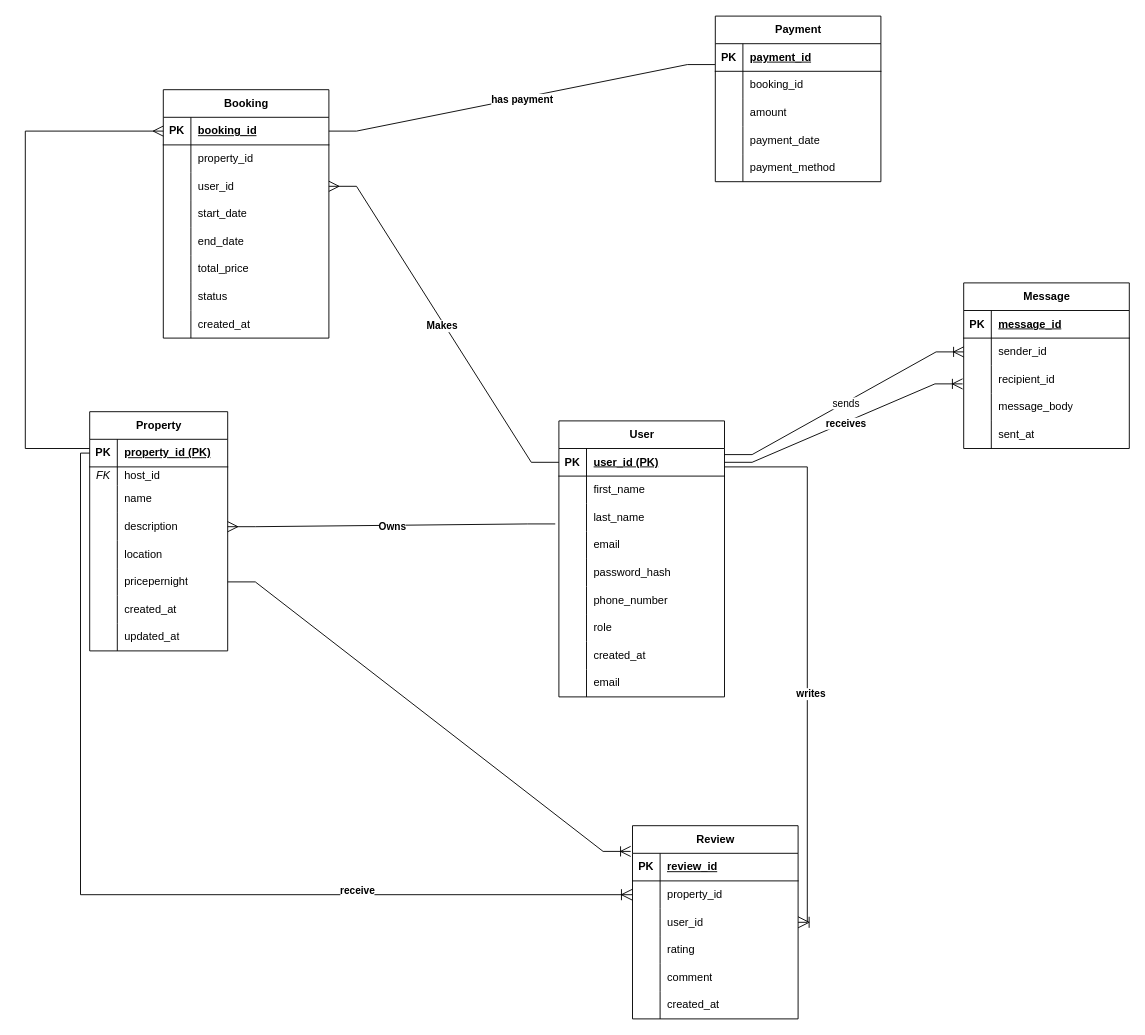
Before: ERD/airbnb-erd.drawio.drawio in James-Eghievha/alx-airbnb-database, a draw.io diagram. Source tidied: cells renumbered, new cells numbered last; positions are measured from the earlier drawing's top-left corner, leaving out a move shared by most shapes. Both pictures are drawn from the tidied source at 92%, with x=0, y=0 at pixel (25, 16).
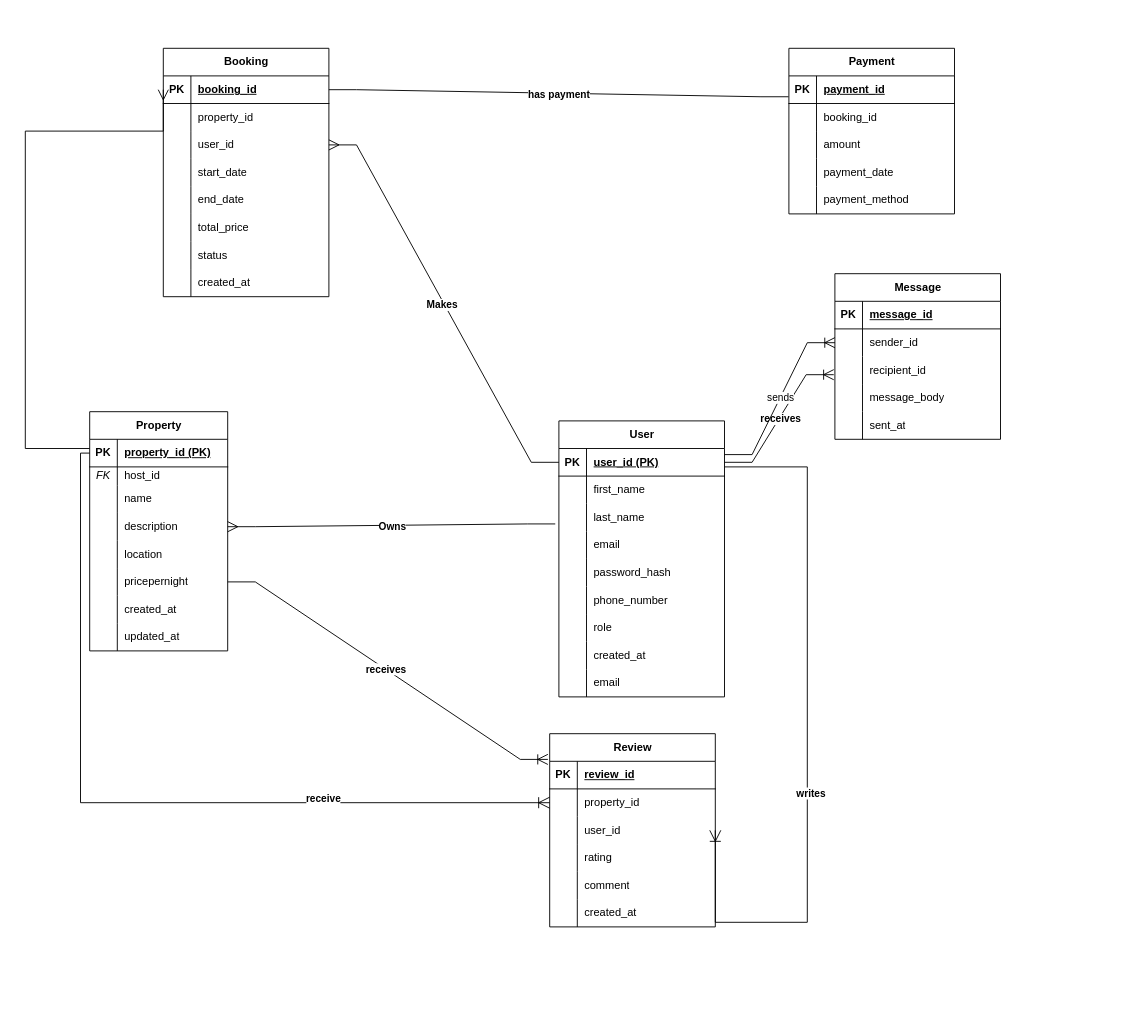
The same page after the edit.

The change refers to these unchanged cells:
```xml
<mxCell id="137" style="edgeStyle=entityRelationEdgeStyle;fontSize=12;html=1;endArrow=ERoneToMany;rounded=0;exitX=1;exitY=0.5;exitDx=0;exitDy=0;entryX=-0.011;entryY=0.133;entryDx=0;entryDy=0;entryPerimeter=0;endSize=9;" parent="1" edge="1" source="46" target="96">
  <mxGeometry relative="1" as="geometry">
    <Array as="points">
      <mxPoint x="510" y="770" />
      <mxPoint x="290" y="820" />
    </Array>
  </mxGeometry>
</mxCell>
```

Diff of the diagram source:
```diff
@@
     <mxCell id="55" value="Booking" style="shape=table;startSize=30;childLayout=tableLayout;rowLines=0;fontStyle=1;align=center;html=1;" parent="1" vertex="1">
-      <mxGeometry x="150" y="80" width="180" height="270" as="geometry" />
+      <mxGeometry x="150" y="35" width="180" height="270" as="geometry" />
     </mxCell>
@@
     <mxCell id="80" value="Payment" style="shape=table;startSize=30;childLayout=tableLayout;rowLines=0;fontStyle=1;align=center;html=1;" parent="1" vertex="1">
-      <mxGeometry x="750" width="180" height="180" as="geometry" />
+      <mxGeometry x="830" y="35" width="180" height="180" as="geometry" />
     </mxCell>
@@
     <mxCell id="96" value="Review" style="shape=table;startSize=30;childLayout=tableLayout;rowLines=0;fontStyle=1;align=center;html=1;" parent="1" vertex="1">
-      <mxGeometry x="660" y="880" width="180" height="210" as="geometry" />
+      <mxGeometry x="570" y="780" width="180" height="210" as="geometry" />
     </mxCell>
@@
     <mxCell id="115" value="Message" style="shape=table;startSize=30;childLayout=tableLayout;rowLines=0;fontStyle=1;align=center;html=1;" parent="1" vertex="1">
-      <mxGeometry x="1020" y="290" width="180" height="180" as="geometry" />
+      <mxGeometry x="880" y="280" width="180" height="180" as="geometry" />
     </mxCell>
@@
+    <mxCell id="147" value="&lt;b&gt;receives&lt;/b&gt;" style="edgeLabel;html=1;align=center;verticalAlign=middle;" parent="137" vertex="1">
+      <mxGeometry x="-0.01" y="1" relative="1" as="geometry">
+        <mxPoint x="-1" as="offset" />
+      </mxGeometry>
+    </mxCell>
```
